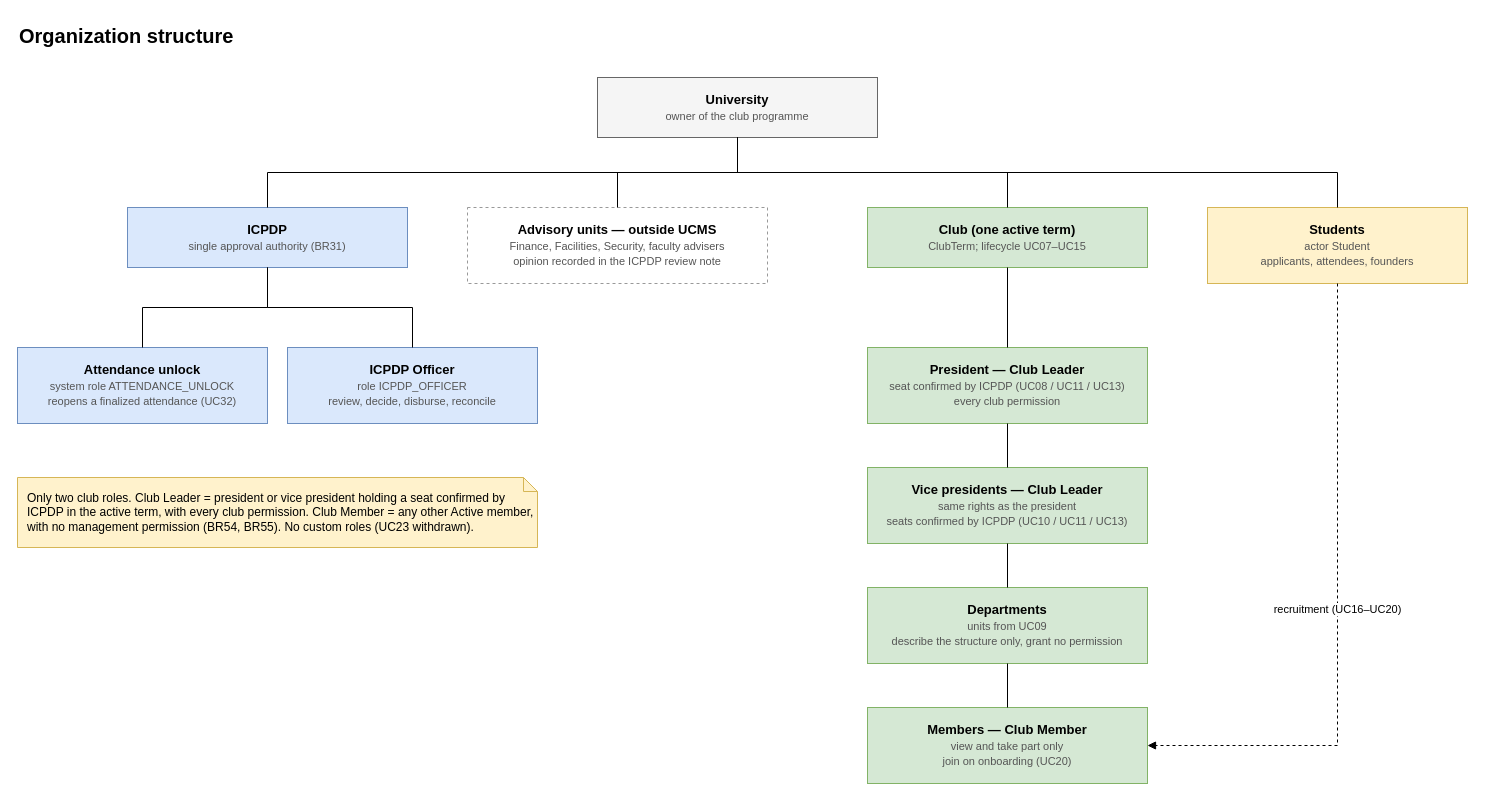
This is page "Organization structure" (1 of 2) of docs/03-diagrams/UCMS_Organization_and_Flows.drawio from nvdekay/ClubManagementSystem, a draw.io file, before an edit. Source tidied: cells renumbered, new cells numbered last; positions are measured from the earlier drawing's top-left corner, leaving out a move shared by most shapes. Both pictures are drawn from the tidied source at 100%, with x=0, y=0 at pixel (17, 17).
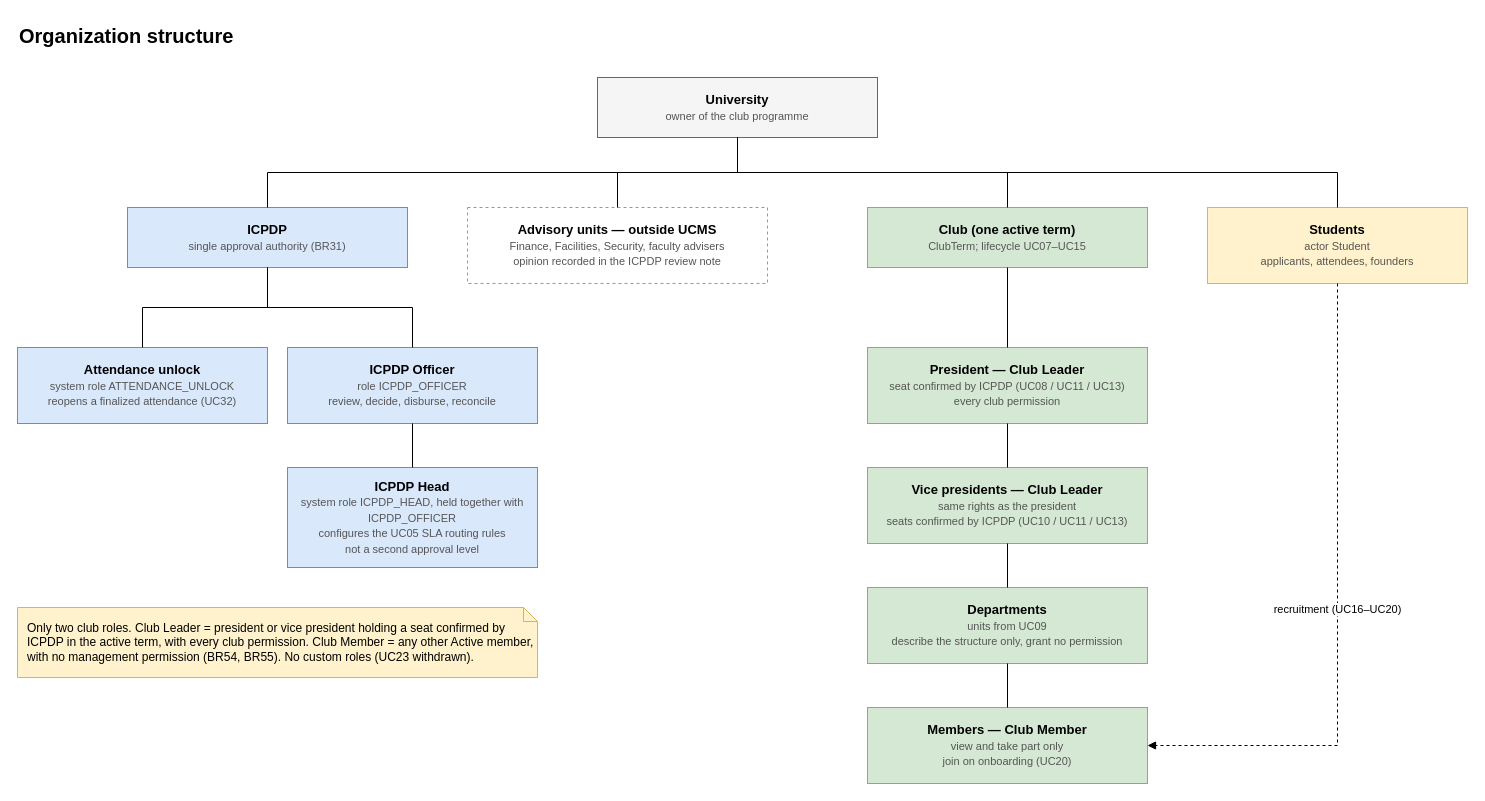
The same page after the edit.

Unchanged cells that the change refers to:
```xml
<mxCell id="9" value="&lt;b&gt;ICPDP Officer&lt;/b&gt;&lt;br&gt;&lt;font style=&quot;font-size:11px&quot; color=&quot;#555555&quot;&gt;role ICPDP_OFFICER&lt;br&gt;review, decide, disburse, reconcile&lt;/font&gt;" style="rounded=0;whiteSpace=wrap;html=1;fillColor=#dae8fc;strokeColor=#6c8ebf;fontSize=13;" parent="1" vertex="1">
  <mxGeometry x="270" y="330" width="250" height="76" as="geometry" />
</mxCell>
```

Change to the diagram source:
```diff
@@
+    <mxCell id="26" value="&lt;b&gt;ICPDP Head&lt;/b&gt;&lt;br&gt;&lt;font style=&quot;font-size:11px&quot; color=&quot;#555555&quot;&gt;system role ICPDP_HEAD, held together with ICPDP_OFFICER&lt;br&gt;configures the UC05 SLA routing rules&lt;br&gt;not a second approval level&lt;/font&gt;" style="rounded=0;whiteSpace=wrap;html=1;fillColor=#dae8fc;strokeColor=#6c8ebf;fontSize=13;" parent="1" vertex="1">
+      <mxGeometry x="270" y="450" width="250" height="100" as="geometry" />
+    </mxCell>
+    <mxCell id="27" style="html=1;rounded=0;fontSize=11;endArrow=none;exitX=0.5;exitY=1;entryX=0.5;entryY=0;" parent="1" edge="1" source="9" target="26">
+      <mxGeometry relative="1" as="geometry" />
+    </mxCell>
     <mxCell id="25" value="Only two club roles. Club Leader = president or vice president holding a seat confirmed by ICPDP in the active term, with every club permission. Club Member = any other Active member, with no management permission (BR54, BR55). No custom roles (UC23 withdrawn)." style="shape=note;whiteSpace=wrap;html=1;size=14;fillColor=#fff2cc;strokeColor=#d6b656;fontSize=12;align=left;spacingLeft=8;" parent="1" vertex="1">
-      <mxGeometry y="460" width="520" height="70" as="geometry" />
+      <mxGeometry y="590" width="520" height="70" as="geometry" />
     </mxCell>
```
